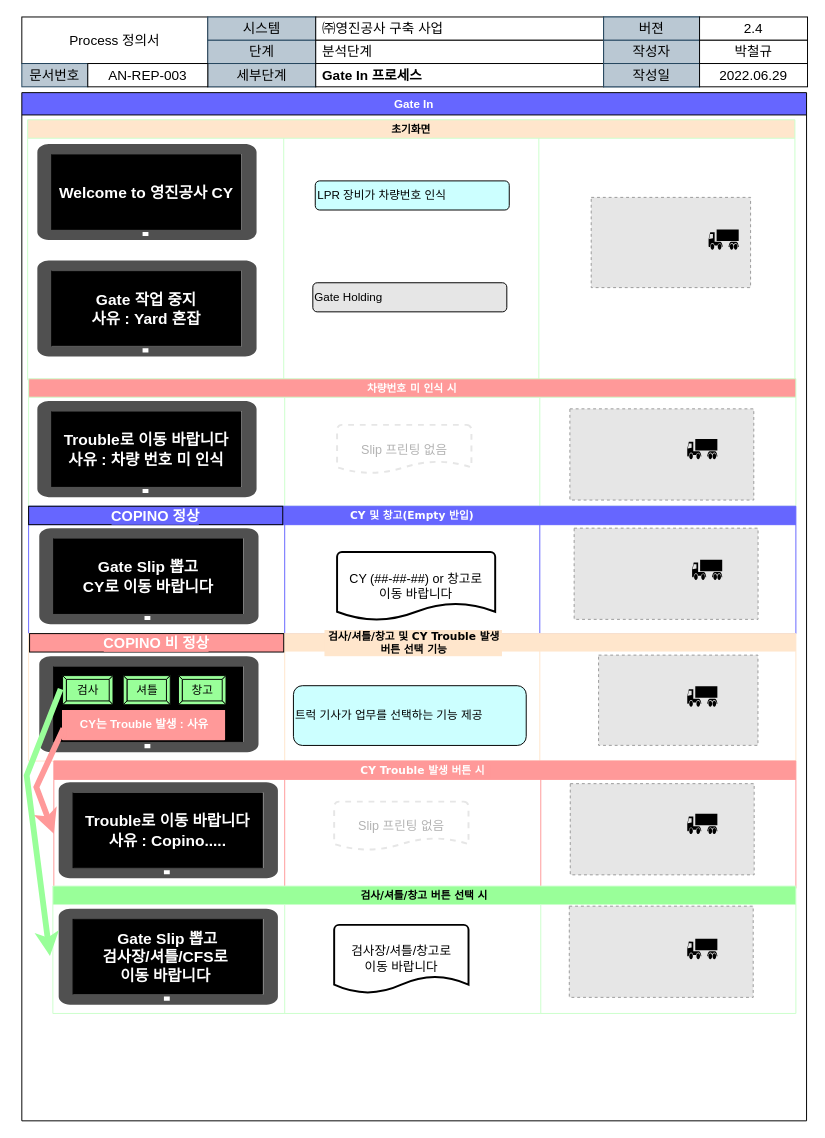
yabadadu/- keeps this draw.io diagram as page "GATE IN (화면)" (3 of 7) of 산출물/프로세스 명세서(v2.0).drawio. Above is the earlier version. Source tidied: cells renumbered, new cells numbered last; positions are measured from the earlier drawing's top-left corner, leaving out a move shared by most shapes. Both pictures are drawn from the tidied source at 97%, with x=0, y=0 at pixel (21, 16). Pictures stored in the file or linked from it are replaced by grey dashed boxes.
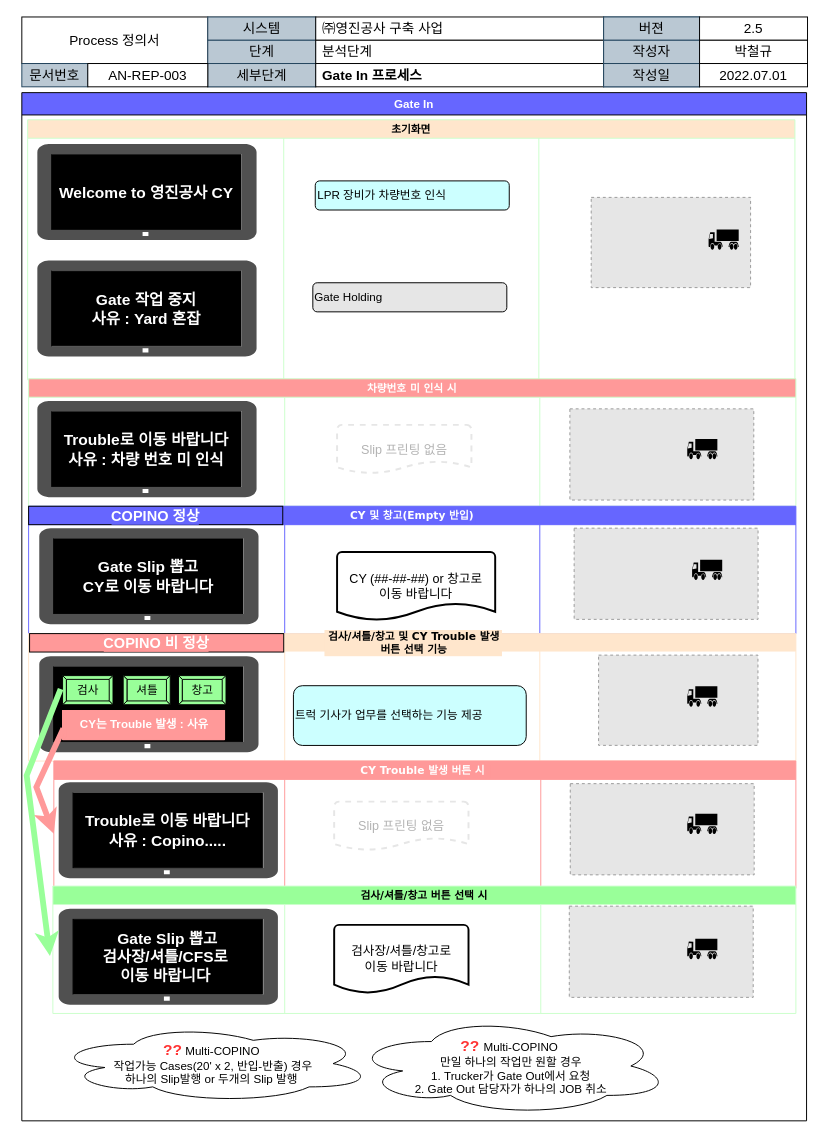
The same diagram, later.

The change refers to these unchanged cells:
```xml
<mxCell id="2" value="Gate In" style="swimlane;fillColor=#6666FF;fontColor=#FFFFFF;" parent="1" vertex="1">
  <mxGeometry y="78" width="809" height="1060" as="geometry" />
</mxCell>
<mxCell id="95" style="group;" parent="81" vertex="1">
  <mxGeometry x="698.7" width="111.3" height="72" as="geometry" />
</mxCell>
```

The edit, as a diff of the source:
```diff
@@
+    <mxCell id="102" value="&lt;font color=&quot;#ff3333&quot; style=&quot;font-size: 16px;&quot;&gt;&lt;b&gt;??&lt;/b&gt;&lt;/font&gt; Multi-COPINO&amp;nbsp;&lt;br&gt;작업가능 Cases(20' x 2, 반입-반출) 경우&lt;br&gt;하나의 Slip발행 or 두개의 Slip 발행&amp;nbsp;" style="ellipse;shape=cloud;whiteSpace=wrap;html=1;" parent="2" vertex="1">
+      <mxGeometry x="33" y="961" width="329" height="80" as="geometry" />
+    </mxCell>
+    <mxCell id="103" value="&lt;b style=&quot;color: rgb(255, 51, 51); font-size: 16px;&quot;&gt;??&amp;nbsp;&lt;/b&gt;Multi-COPINO&amp;nbsp;&lt;br&gt;만일 하나의 작업만 원할 경우&lt;br&gt;1. Trucker가 Gate Out에서 요청&lt;br&gt;2. Gate Out 담당자가 하나의 JOB 취소" style="ellipse;shape=cloud;whiteSpace=wrap;html=1;" parent="2" vertex="1">
+      <mxGeometry x="340" y="953" width="329" height="101" as="geometry" />
+    </mxCell>
@@
-    <mxCell id="96" value="2.4" style="rounded=0;whiteSpace=wrap;html=1;fontSize=14;" parent="95" vertex="1">
+    <mxCell id="96" value="2.5" style="rounded=0;whiteSpace=wrap;html=1;fontSize=14;" parent="95" vertex="1">
       <mxGeometry width="111.3" height="24" as="geometry" />
     </mxCell>
@@
-    <mxCell id="99" value="2022.06.29" style="rounded=0;whiteSpace=wrap;html=1;fontSize=14;" parent="95" vertex="1">
+    <mxCell id="99" value="2022.07.01" style="rounded=0;whiteSpace=wrap;html=1;fontSize=14;" parent="95" vertex="1">
       <mxGeometry y="48" width="111.3" height="24" as="geometry" />
     </mxCell>
```
